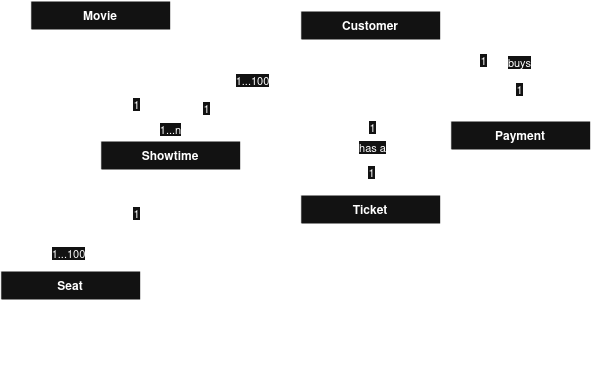
Before: Movie-Kiosk-Domain-Model.drawio.png, a diagram exported from draw.io (soy-ceballos/CSE5324-HW1-Movie-Kiosk). Source tidied: cells renumbered, new cells last; positions are measured from the earlier drawing's top-left corner, leaving out a move shared by most shapes.
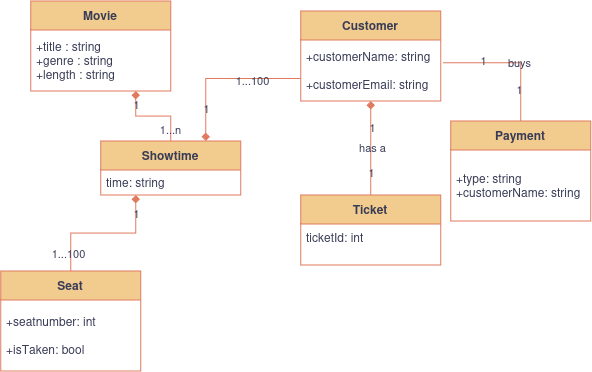
The same file after the commit.

The edit, as a diff of the source:
```diff
@@ -2,91 +2,91 @@
   <root>
     <mxCell id="0" />
     <mxCell id="1" parent="0" />
-    <mxCell id="2" style="edgeStyle=orthogonalEdgeStyle;rounded=0;jettySize=auto;html=1;entryX=0.5;entryY=0;entryDx=0;entryDy=0;startArrow=diamond;startFill=1;endArrow=none;endFill=0;" parent="1" edge="1" source="6" target="20">
+    <mxCell id="2" style="edgeStyle=orthogonalEdgeStyle;rounded=0;jettySize=auto;html=1;entryX=0.5;entryY=0;entryDx=0;entryDy=0;startArrow=diamond;startFill=1;endArrow=none;endFill=0;labelBackgroundColor=none;strokeColor=#E07A5F;fontColor=default;" parent="1" edge="1" source="6" target="20">
       <mxGeometry relative="1" as="geometry" />
     </mxCell>
-    <mxCell id="3" value="has a" style="edgeLabel;html=1;align=center;verticalAlign=middle;" parent="2" vertex="1">
+    <mxCell id="3" value="has a" style="edgeLabel;html=1;align=center;verticalAlign=middle;labelBackgroundColor=none;fontColor=#393C56;" parent="2" vertex="1">
       <mxGeometry x="-0.01" y="1" relative="1" as="geometry" />
     </mxCell>
-    <mxCell id="4" value="1" style="edgeLabel;html=1;align=center;verticalAlign=middle;" parent="2" vertex="1">
+    <mxCell id="4" value="1" style="edgeLabel;html=1;align=center;verticalAlign=middle;labelBackgroundColor=none;fontColor=#393C56;" parent="2" vertex="1">
       <mxGeometry x="-0.45" y="1" relative="1" as="geometry" />
     </mxCell>
-    <mxCell id="5" value="1" style="edgeLabel;html=1;align=center;verticalAlign=middle;" parent="2" vertex="1">
+    <mxCell id="5" value="1" style="edgeLabel;html=1;align=center;verticalAlign=middle;labelBackgroundColor=none;fontColor=#393C56;" parent="2" vertex="1">
       <mxGeometry x="0.52" relative="1" as="geometry" />
     </mxCell>
-    <mxCell id="6" value="Customer" style="swimlane;fontStyle=1;align=center;verticalAlign=middle;horizontal=1;startSize=29;html=1;whiteSpace=wrap;" parent="1" vertex="1">
+    <mxCell id="6" value="Customer" style="swimlane;fontStyle=1;align=center;verticalAlign=middle;horizontal=1;startSize=29;html=1;whiteSpace=wrap;labelBackgroundColor=none;fillColor=#F2CC8F;strokeColor=#E07A5F;fontColor=#393C56;" parent="1" vertex="1">
       <mxGeometry x="300" y="10" width="140" height="90" as="geometry" />
     </mxCell>
-    <mxCell id="7" value="&lt;div&gt;+customerName: string&lt;/div&gt;&lt;div&gt;&lt;br&gt;&lt;/div&gt;+customerEmail: string" style="text;html=1;strokeColor=none;fillColor=none;align=left;verticalAlign=middle;spacingLeft=4;spacingRight=4;overflow=hidden;points=[[0,0.5],[1,0.5]];portConstraint=eastwest;whiteSpace=wrap;" parent="6" vertex="1">
+    <mxCell id="7" value="&lt;div&gt;+customerName: string&lt;/div&gt;&lt;div&gt;&lt;br&gt;&lt;/div&gt;+customerEmail: string" style="text;html=1;strokeColor=none;fillColor=none;align=left;verticalAlign=middle;spacingLeft=4;spacingRight=4;overflow=hidden;points=[[0,0.5],[1,0.5]];portConstraint=eastwest;whiteSpace=wrap;labelBackgroundColor=none;fontColor=#393C56;" parent="6" vertex="1">
       <mxGeometry y="29" width="140" height="61" as="geometry" />
     </mxCell>
-    <mxCell id="8" value="Movie" style="swimlane;fontStyle=1;align=center;verticalAlign=middle;horizontal=1;startSize=29;html=1;whiteSpace=wrap;" parent="1" vertex="1">
+    <mxCell id="8" value="Movie" style="swimlane;fontStyle=1;align=center;verticalAlign=middle;horizontal=1;startSize=29;html=1;whiteSpace=wrap;labelBackgroundColor=none;fillColor=#F2CC8F;strokeColor=#E07A5F;fontColor=#393C56;" parent="1" vertex="1">
       <mxGeometry x="30" width="140" height="90" as="geometry" />
     </mxCell>
-    <mxCell id="9" value="&lt;div&gt;+title : string&lt;/div&gt;&lt;div&gt;+genre : string&lt;/div&gt;+length : string" style="text;html=1;strokeColor=none;fillColor=none;align=left;verticalAlign=middle;spacingLeft=4;spacingRight=4;overflow=hidden;points=[[0,0.5],[1,0.5]];portConstraint=eastwest;whiteSpace=wrap;" parent="8" vertex="1">
+    <mxCell id="9" value="&lt;div&gt;+title : string&lt;/div&gt;&lt;div&gt;+genre : string&lt;/div&gt;+length : string" style="text;html=1;strokeColor=none;fillColor=none;align=left;verticalAlign=middle;spacingLeft=4;spacingRight=4;overflow=hidden;points=[[0,0.5],[1,0.5]];portConstraint=eastwest;whiteSpace=wrap;labelBackgroundColor=none;fontColor=#393C56;" parent="8" vertex="1">
       <mxGeometry y="29" width="140" height="61" as="geometry" />
     </mxCell>
-    <mxCell id="10" style="edgeStyle=orthogonalEdgeStyle;rounded=0;jettySize=auto;html=1;exitX=0.75;exitY=0;exitDx=0;exitDy=0;entryX=0;entryY=0.75;entryDx=0;entryDy=0;startArrow=diamond;startFill=1;endArrow=none;endFill=0;" parent="1" edge="1" source="13" target="6">
+    <mxCell id="10" style="edgeStyle=orthogonalEdgeStyle;rounded=0;jettySize=auto;html=1;exitX=0.75;exitY=0;exitDx=0;exitDy=0;entryX=0;entryY=0.75;entryDx=0;entryDy=0;startArrow=diamond;startFill=1;endArrow=none;endFill=0;labelBackgroundColor=none;strokeColor=#E07A5F;fontColor=default;" parent="1" edge="1" source="13" target="6">
       <mxGeometry relative="1" as="geometry" />
     </mxCell>
-    <mxCell id="11" value="1" style="edgeLabel;html=1;align=center;verticalAlign=middle;" parent="10" vertex="1">
+    <mxCell id="11" value="1" style="edgeLabel;html=1;align=center;verticalAlign=middle;labelBackgroundColor=none;fontColor=#393C56;" parent="10" vertex="1">
       <mxGeometry x="-0.58" relative="1" as="geometry" />
     </mxCell>
-    <mxCell id="12" value="1...100" style="edgeLabel;html=1;align=center;verticalAlign=middle;" parent="10" vertex="1">
+    <mxCell id="12" value="1...100" style="edgeLabel;html=1;align=center;verticalAlign=middle;labelBackgroundColor=none;fontColor=#393C56;" parent="10" vertex="1">
       <mxGeometry x="0.38" y="-2" relative="1" as="geometry" />
     </mxCell>
-    <mxCell id="13" value="Showtime" style="swimlane;fontStyle=1;align=center;verticalAlign=middle;horizontal=1;startSize=29;html=1;whiteSpace=wrap;" parent="1" vertex="1">
+    <mxCell id="13" value="Showtime" style="swimlane;fontStyle=1;align=center;verticalAlign=middle;horizontal=1;startSize=29;html=1;whiteSpace=wrap;labelBackgroundColor=none;fillColor=#F2CC8F;strokeColor=#E07A5F;fontColor=#393C56;" parent="1" vertex="1">
       <mxGeometry x="100" y="140" width="140" height="54" as="geometry" />
     </mxCell>
-    <mxCell id="14" value="time: string" style="text;html=1;strokeColor=none;fillColor=none;align=left;verticalAlign=middle;spacingLeft=4;spacingRight=4;overflow=hidden;whiteSpace=wrap;" parent="13" vertex="1">
+    <mxCell id="14" value="time: string" style="text;html=1;strokeColor=none;fillColor=none;align=left;verticalAlign=middle;spacingLeft=4;spacingRight=4;overflow=hidden;whiteSpace=wrap;labelBackgroundColor=none;fontColor=#393C56;" parent="13" vertex="1">
       <mxGeometry y="29" width="140" height="25" as="geometry" />
     </mxCell>
-    <mxCell id="15" style="edgeStyle=orthogonalEdgeStyle;rounded=0;jettySize=auto;html=1;startArrow=none;startFill=0;endArrow=diamond;endFill=1;entryX=0.25;entryY=1;entryDx=0;entryDy=0;exitX=0.5;exitY=0;exitDx=0;exitDy=0;" parent="1" edge="1" source="18" target="13">
+    <mxCell id="15" style="edgeStyle=orthogonalEdgeStyle;rounded=0;jettySize=auto;html=1;startArrow=none;startFill=0;endArrow=diamond;endFill=1;entryX=0.25;entryY=1;entryDx=0;entryDy=0;exitX=0.5;exitY=0;exitDx=0;exitDy=0;labelBackgroundColor=none;strokeColor=#E07A5F;fontColor=default;" parent="1" edge="1" source="18" target="13">
       <mxGeometry relative="1" as="geometry" />
     </mxCell>
-    <mxCell id="16" value="1" style="edgeLabel;html=1;align=center;verticalAlign=middle;" parent="15" vertex="1">
+    <mxCell id="16" value="1" style="edgeLabel;html=1;align=center;verticalAlign=middle;labelBackgroundColor=none;fontColor=#393C56;" parent="15" vertex="1">
       <mxGeometry x="0.74" relative="1" as="geometry" />
     </mxCell>
-    <mxCell id="17" value="&lt;div&gt;1...100&lt;/div&gt;" style="edgeLabel;html=1;align=center;verticalAlign=middle;" parent="15" vertex="1">
+    <mxCell id="17" value="&lt;div&gt;1...100&lt;/div&gt;" style="edgeLabel;html=1;align=center;verticalAlign=middle;labelBackgroundColor=none;fontColor=#393C56;" parent="15" vertex="1">
       <mxGeometry x="-0.74" y="3" relative="1" as="geometry" />
     </mxCell>
-    <mxCell id="18" value="Seat" style="swimlane;fontStyle=1;align=center;verticalAlign=middle;horizontal=1;startSize=29;html=1;whiteSpace=wrap;" parent="1" vertex="1">
+    <mxCell id="18" value="Seat" style="swimlane;fontStyle=1;align=center;verticalAlign=middle;horizontal=1;startSize=29;html=1;whiteSpace=wrap;labelBackgroundColor=none;fillColor=#F2CC8F;strokeColor=#E07A5F;fontColor=#393C56;" parent="1" vertex="1">
       <mxGeometry y="270" width="140" height="100" as="geometry" />
     </mxCell>
-    <mxCell id="19" value="&lt;div&gt;+seatnumber: int&lt;/div&gt;&lt;div&gt;&lt;br&gt;&lt;/div&gt;&lt;div&gt;+isTaken: bool&lt;/div&gt;" style="text;html=1;strokeColor=none;fillColor=none;align=left;verticalAlign=middle;spacingLeft=4;spacingRight=4;overflow=hidden;whiteSpace=wrap;" parent="18" vertex="1">
+    <mxCell id="19" value="&lt;div&gt;+seatnumber: int&lt;/div&gt;&lt;div&gt;&lt;br&gt;&lt;/div&gt;&lt;div&gt;+isTaken: bool&lt;/div&gt;" style="text;html=1;strokeColor=none;fillColor=none;align=left;verticalAlign=middle;spacingLeft=4;spacingRight=4;overflow=hidden;whiteSpace=wrap;labelBackgroundColor=none;fontColor=#393C56;" parent="18" vertex="1">
       <mxGeometry y="29" width="140" height="71" as="geometry" />
     </mxCell>
-    <mxCell id="20" value="Ticket" style="swimlane;fontStyle=1;align=center;verticalAlign=middle;horizontal=1;startSize=29;html=1;whiteSpace=wrap;" parent="1" vertex="1">
+    <mxCell id="20" value="Ticket" style="swimlane;fontStyle=1;align=center;verticalAlign=middle;horizontal=1;startSize=29;html=1;whiteSpace=wrap;labelBackgroundColor=none;fillColor=#F2CC8F;strokeColor=#E07A5F;fontColor=#393C56;" parent="1" vertex="1">
       <mxGeometry x="300" y="194" width="140" height="70" as="geometry" />
     </mxCell>
-    <mxCell id="21" value="&lt;div&gt;ticketId: int&lt;/div&gt;&lt;div&gt;&lt;br&gt;&lt;/div&gt;" style="text;html=1;strokeColor=none;fillColor=none;align=left;verticalAlign=middle;spacingLeft=4;spacingRight=4;overflow=hidden;whiteSpace=wrap;" parent="20" vertex="1">
+    <mxCell id="21" value="&lt;div&gt;ticketId: int&lt;/div&gt;&lt;div&gt;&lt;br&gt;&lt;/div&gt;" style="text;html=1;strokeColor=none;fillColor=none;align=left;verticalAlign=middle;spacingLeft=4;spacingRight=4;overflow=hidden;whiteSpace=wrap;labelBackgroundColor=none;fontColor=#393C56;" parent="20" vertex="1">
       <mxGeometry y="29" width="140" height="41" as="geometry" />
     </mxCell>
-    <mxCell id="22" value="Payment" style="swimlane;fontStyle=1;align=center;verticalAlign=middle;horizontal=1;startSize=29;html=1;whiteSpace=wrap;" parent="1" vertex="1">
+    <mxCell id="22" value="Payment" style="swimlane;fontStyle=1;align=center;verticalAlign=middle;horizontal=1;startSize=29;html=1;whiteSpace=wrap;labelBackgroundColor=none;fillColor=#F2CC8F;strokeColor=#E07A5F;fontColor=#393C56;" parent="1" vertex="1">
       <mxGeometry x="450" y="120" width="140" height="100" as="geometry" />
     </mxCell>
-    <mxCell id="23" value="&lt;div&gt;+type: string&lt;/div&gt;+customerName: string" style="text;html=1;strokeColor=none;fillColor=none;align=left;verticalAlign=middle;spacingLeft=4;spacingRight=4;overflow=hidden;whiteSpace=wrap;" parent="22" vertex="1">
+    <mxCell id="23" value="&lt;div&gt;+type: string&lt;/div&gt;+customerName: string" style="text;html=1;strokeColor=none;fillColor=none;align=left;verticalAlign=middle;spacingLeft=4;spacingRight=4;overflow=hidden;whiteSpace=wrap;labelBackgroundColor=none;fontColor=#393C56;" parent="22" vertex="1">
       <mxGeometry y="29" width="140" height="71" as="geometry" />
     </mxCell>
-    <mxCell id="24" style="edgeStyle=orthogonalEdgeStyle;rounded=0;jettySize=auto;html=1;entryX=0.75;entryY=1;entryDx=0;entryDy=0;entryPerimeter=0;endArrow=diamond;endFill=1;" parent="1" edge="1" source="13" target="9">
+    <mxCell id="24" style="edgeStyle=orthogonalEdgeStyle;rounded=0;jettySize=auto;html=1;entryX=0.75;entryY=1;entryDx=0;entryDy=0;entryPerimeter=0;endArrow=diamond;endFill=1;labelBackgroundColor=none;strokeColor=#E07A5F;fontColor=default;" parent="1" edge="1" source="13" target="9">
       <mxGeometry relative="1" as="geometry" />
     </mxCell>
-    <mxCell id="25" value="1" style="edgeLabel;html=1;align=center;verticalAlign=middle;" parent="24" vertex="1">
+    <mxCell id="25" value="1" style="edgeLabel;html=1;align=center;verticalAlign=middle;labelBackgroundColor=none;fontColor=#393C56;" parent="24" vertex="1">
       <mxGeometry x="0.7" relative="1" as="geometry" />
     </mxCell>
-    <mxCell id="26" value="1...n" style="edgeLabel;html=1;align=center;verticalAlign=middle;" parent="24" vertex="1">
+    <mxCell id="26" value="1...n" style="edgeLabel;html=1;align=center;verticalAlign=middle;labelBackgroundColor=none;fontColor=#393C56;" parent="24" vertex="1">
       <mxGeometry x="-0.73" y="1" relative="1" as="geometry" />
     </mxCell>
-    <mxCell id="27" style="edgeStyle=orthogonalEdgeStyle;rounded=0;jettySize=auto;html=1;exitX=0.5;exitY=0;exitDx=0;exitDy=0;entryX=1.016;entryY=0.372;entryDx=0;entryDy=0;entryPerimeter=0;endArrow=none;endFill=0;" parent="1" edge="1" source="22" target="7">
+    <mxCell id="27" style="edgeStyle=orthogonalEdgeStyle;rounded=0;jettySize=auto;html=1;exitX=0.5;exitY=0;exitDx=0;exitDy=0;entryX=1.016;entryY=0.372;entryDx=0;entryDy=0;entryPerimeter=0;endArrow=none;endFill=0;labelBackgroundColor=none;strokeColor=#E07A5F;fontColor=default;" parent="1" edge="1" source="22" target="7">
       <mxGeometry relative="1" as="geometry" />
     </mxCell>
-    <mxCell id="28" value="1" style="edgeLabel;html=1;align=center;verticalAlign=middle;" parent="27" vertex="1">
+    <mxCell id="28" value="1" style="edgeLabel;html=1;align=center;verticalAlign=middle;labelBackgroundColor=none;fontColor=#393C56;" parent="27" vertex="1">
       <mxGeometry x="0.41" y="-2" relative="1" as="geometry" />
     </mxCell>
-    <mxCell id="29" value="buys" style="edgeLabel;html=1;align=center;verticalAlign=middle;" parent="27" vertex="1">
+    <mxCell id="29" value="buys" style="edgeLabel;html=1;align=center;verticalAlign=middle;labelBackgroundColor=none;fontColor=#393C56;" parent="27" vertex="1">
       <mxGeometry x="-0.12" relative="1" as="geometry" />
     </mxCell>
-    <mxCell id="30" value="1" style="edgeLabel;html=1;align=center;verticalAlign=middle;" parent="27" vertex="1">
+    <mxCell id="30" value="1" style="edgeLabel;html=1;align=center;verticalAlign=middle;labelBackgroundColor=none;fontColor=#393C56;" parent="27" vertex="1">
       <mxGeometry x="-0.54" y="2" relative="1" as="geometry" />
     </mxCell>
   </root>
```
